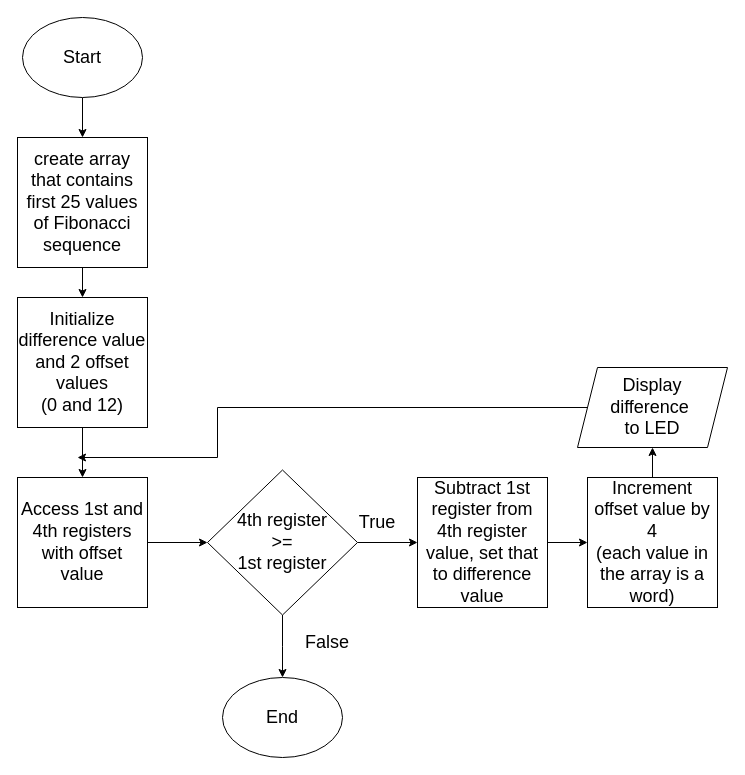
Before: SW4.drawio in psp-player/CPE233, a draw.io diagram. Source tidied: cells renumbered, new cells numbered last; positions are measured from the earlier drawing's top-left corner, leaving out a move shared by most shapes. Both pictures are drawn from the tidied source at 100%, with x=0, y=0 at pixel (17, 17).
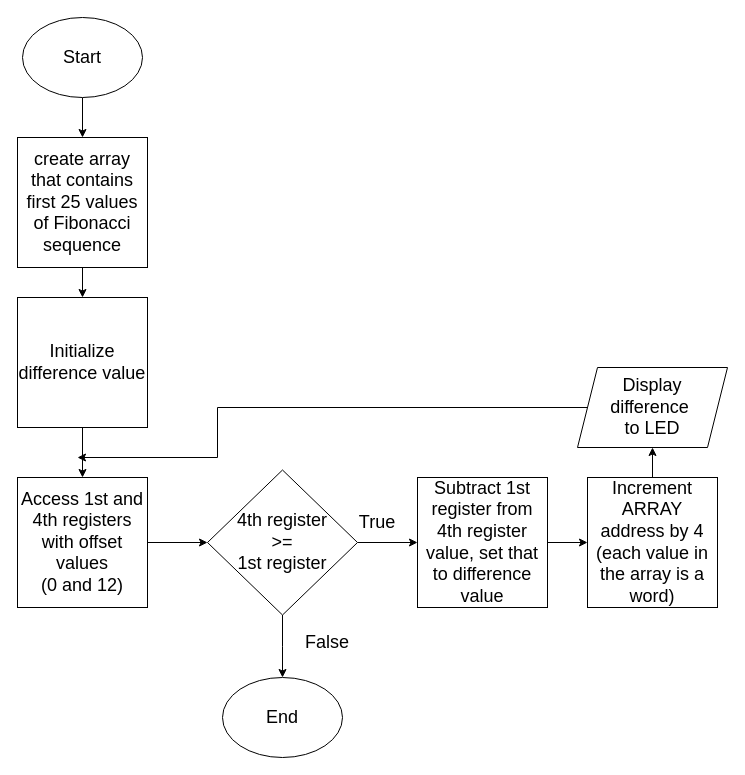
The same page after the edit.

Diff of the diagram source:
```diff
@@
-    <mxCell id="7" value="&lt;font style=&quot;font-size: 18px;&quot;&gt;Initialize difference value and 2 offset values &lt;br&gt;(0 and 12)&lt;/font&gt;" style="whiteSpace=wrap;html=1;" parent="1" vertex="1">
+    <mxCell id="7" value="&lt;font style=&quot;font-size: 18px;&quot;&gt;Initialize difference value&lt;br&gt;&lt;/font&gt;" style="whiteSpace=wrap;html=1;" parent="1" vertex="1">
       <mxGeometry y="280" width="130" height="130" as="geometry" />
     </mxCell>
@@
-    <mxCell id="9" value="&lt;font style=&quot;font-size: 18px;&quot;&gt;Access 1st and 4th registers with offset value&lt;/font&gt;" style="whiteSpace=wrap;html=1;" parent="1" vertex="1">
+    <mxCell id="9" value="&lt;font style=&quot;font-size: 18px;&quot;&gt;Access 1st and 4th registers with offset values &lt;br&gt;(0 and 12)&lt;/font&gt;" style="whiteSpace=wrap;html=1;" parent="1" vertex="1">
       <mxGeometry y="460" width="130" height="130" as="geometry" />
     </mxCell>
@@
-    <mxCell id="19" value="&lt;font style=&quot;font-size: 18px;&quot;&gt;Increment offset value by 4&lt;br&gt;(each value in the array is a word)&lt;br&gt;&lt;/font&gt;" style="whiteSpace=wrap;html=1;" parent="1" vertex="1">
+    <mxCell id="19" value="&lt;font style=&quot;font-size: 18px;&quot;&gt;Increment ARRAY address by 4&lt;br&gt;(each value in the array is a word)&lt;br&gt;&lt;/font&gt;" style="whiteSpace=wrap;html=1;" parent="1" vertex="1">
       <mxGeometry x="570" y="460" width="130" height="130" as="geometry" />
     </mxCell>
```
